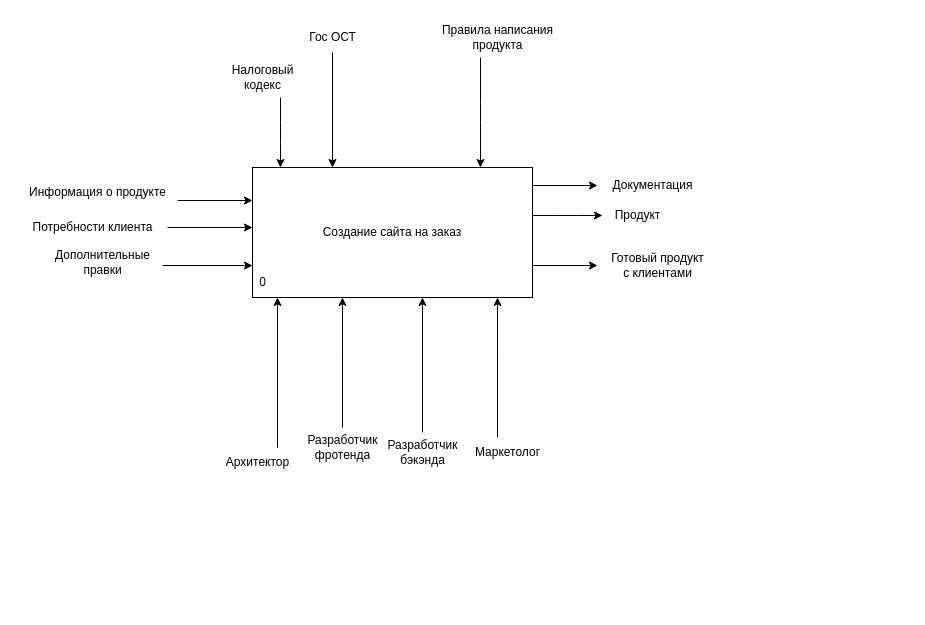
Above: page "1" (1 of 5) of lab2/lab.drawio in MBHuman/7semURAIS (draw.io), before the change. Source tidied: cells renumbered, new cells numbered last; positions are measured from the earlier drawing's top-left corner, leaving out a move shared by most shapes. Both pictures are drawn from the tidied source at 100%, with x=0, y=0 at pixel (17, 17).
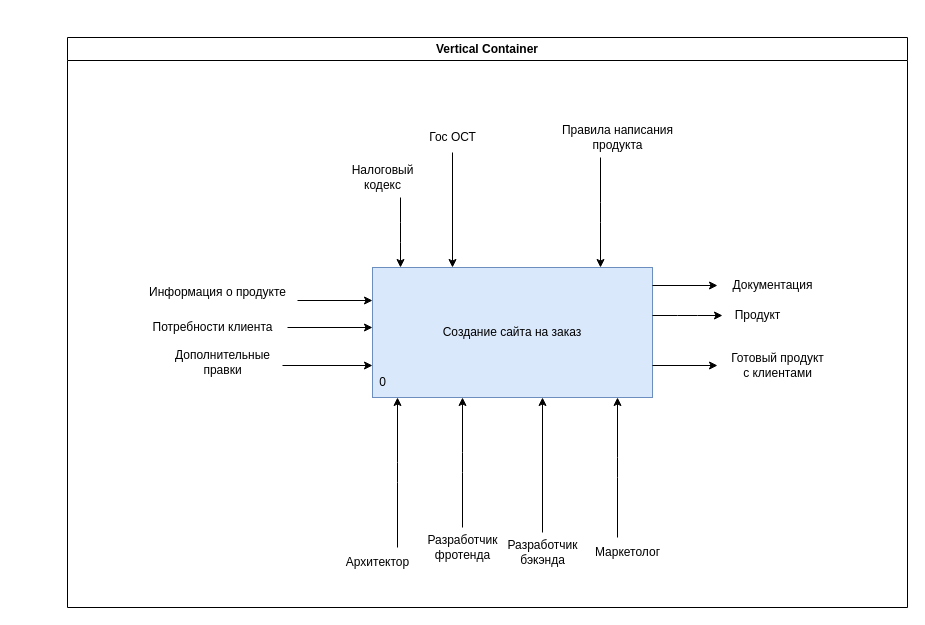
The same diagram, later.

Diff of the diagram source:
```diff
@@
-    <mxCell id="2" style="edgeStyle=elbowEdgeStyle;html=1;elbow=vertical;" parent="1" edge="1" source="5" target="27">
-      <mxGeometry relative="1" as="geometry" />
-    </mxCell>
-    <mxCell id="3" style="edgeStyle=elbowEdgeStyle;html=1;elbow=vertical;" parent="1" edge="1" source="5" target="26">
-      <mxGeometry relative="1" as="geometry" />
-    </mxCell>
-    <mxCell id="4" style="edgeStyle=elbowEdgeStyle;html=1;elbow=vertical;" parent="1" edge="1" source="5" target="28">
-      <mxGeometry relative="1" as="geometry" />
-    </mxCell>
+    <mxCell id="30" value="Vertical Container" style="swimlane;whiteSpace=wrap;html=1;swimlaneFillColor=default;" parent="1" vertex="1">
+      <mxGeometry x="50" y="20" width="840" height="570" as="geometry" />
+    </mxCell>
-    <mxCell id="5" value="Создание сайта на заказ" style="rounded=0;whiteSpace=wrap;html=1;" parent="1" vertex="1">
-      <mxGeometry x="235" y="150" width="280" height="130" as="geometry" />
+    <mxCell id="5" value="Создание сайта на заказ" style="rounded=0;whiteSpace=wrap;html=1;fillColor=#dae8fc;strokeColor=#6c8ebf;" parent="30" vertex="1">
+      <mxGeometry x="305" y="230" width="280" height="130" as="geometry" />
     </mxCell>
-    <mxCell id="6" style="edgeStyle=elbowEdgeStyle;html=1;" parent="1" edge="1" source="7" target="5">
+    <mxCell id="6" style="edgeStyle=elbowEdgeStyle;html=1;" parent="30" edge="1" source="7" target="5">
       <mxGeometry relative="1" as="geometry" />
     </mxCell>
-    <mxCell id="7" value="Архитектор" style="text;html=1;align=center;verticalAlign=middle;points=[];strokeColor=none;fillColor=none;" parent="1" vertex="1">
-      <mxGeometry x="195" y="430" width="90" height="30" as="geometry" />
+    <mxCell id="7" value="Архитектор" style="text;html=1;align=center;verticalAlign=middle;points=[];strokeColor=none;fillColor=none;" parent="30" vertex="1">
+      <mxGeometry x="265" y="510" width="90" height="30" as="geometry" />
     </mxCell>
-    <mxCell id="8" style="edgeStyle=elbowEdgeStyle;html=1;" parent="1" edge="1" source="9" target="5">
+    <mxCell id="8" style="edgeStyle=elbowEdgeStyle;html=1;" parent="30" edge="1" source="9" target="5">
       <mxGeometry relative="1" as="geometry" />
     </mxCell>
-    <mxCell id="9" value="Разработчик&lt;br&gt;фротенда" style="text;html=1;align=center;verticalAlign=middle;points=[];strokeColor=none;fillColor=none;" parent="1" vertex="1">
-      <mxGeometry x="275" y="410" width="100" height="40" as="geometry" />
+    <mxCell id="9" value="Разработчик&lt;br&gt;фротенда" style="text;html=1;align=center;verticalAlign=middle;points=[];strokeColor=none;fillColor=none;" parent="30" vertex="1">
+      <mxGeometry x="345" y="490" width="100" height="40" as="geometry" />
     </mxCell>
-    <mxCell id="10" style="edgeStyle=elbowEdgeStyle;html=1;" parent="1" edge="1" source="11" target="5">
+    <mxCell id="10" style="edgeStyle=elbowEdgeStyle;html=1;" parent="30" edge="1" source="11" target="5">
       <mxGeometry relative="1" as="geometry" />
     </mxCell>
-    <mxCell id="11" value="Разработчик &lt;br&gt;бэкэнда" style="text;html=1;align=center;verticalAlign=middle;points=[];strokeColor=none;fillColor=none;" parent="1" vertex="1">
-      <mxGeometry x="355" y="415" width="100" height="40" as="geometry" />
+    <mxCell id="11" value="Разработчик &lt;br&gt;бэкэнда" style="text;html=1;align=center;verticalAlign=middle;points=[];strokeColor=none;fillColor=none;" parent="30" vertex="1">
+      <mxGeometry x="425" y="495" width="100" height="40" as="geometry" />
     </mxCell>
-    <mxCell id="12" style="edgeStyle=elbowEdgeStyle;html=1;" parent="1" edge="1" source="13" target="5">
+    <mxCell id="12" style="edgeStyle=elbowEdgeStyle;html=1;" parent="30" edge="1" source="13" target="5">
       <mxGeometry relative="1" as="geometry" />
     </mxCell>
-    <mxCell id="13" value="Маркетолог" style="text;html=1;align=center;verticalAlign=middle;points=[];strokeColor=none;fillColor=none;" parent="1" vertex="1">
-      <mxGeometry x="445" y="420" width="90" height="30" as="geometry" />
+    <mxCell id="13" value="Маркетолог" style="text;html=1;align=center;verticalAlign=middle;points=[];strokeColor=none;fillColor=none;" parent="30" vertex="1">
+      <mxGeometry x="515" y="500" width="90" height="30" as="geometry" />
     </mxCell>
-    <mxCell id="14" style="edgeStyle=elbowEdgeStyle;html=1;entryX=0;entryY=0.25;entryDx=0;entryDy=0;elbow=vertical;" parent="1" edge="1" source="15" target="5">
+    <mxCell id="14" style="edgeStyle=elbowEdgeStyle;html=1;entryX=0;entryY=0.25;entryDx=0;entryDy=0;elbow=vertical;" parent="30" edge="1" source="15" target="5">
       <mxGeometry relative="1" as="geometry" />
     </mxCell>
-    <mxCell id="15" value="Информация о продукте" style="text;html=1;align=center;verticalAlign=middle;points=[];strokeColor=none;fillColor=none;" parent="1" vertex="1">
-      <mxGeometry y="160" width="160" height="30" as="geometry" />
+    <mxCell id="15" value="Информация о продукте" style="text;html=1;align=center;verticalAlign=middle;points=[];strokeColor=none;fillColor=none;" parent="30" vertex="1">
+      <mxGeometry x="70" y="240" width="160" height="30" as="geometry" />
     </mxCell>
-    <mxCell id="16" style="edgeStyle=elbowEdgeStyle;html=1;elbow=vertical;" parent="1" edge="1" source="17" target="5">
+    <mxCell id="16" style="edgeStyle=elbowEdgeStyle;html=1;elbow=vertical;" parent="30" edge="1" source="17" target="5">
       <mxGeometry relative="1" as="geometry" />
     </mxCell>
-    <mxCell id="17" value="Потребности клиента" style="text;html=1;align=center;verticalAlign=middle;points=[];strokeColor=none;fillColor=none;" parent="1" vertex="1">
-      <mxGeometry y="195" width="150" height="30" as="geometry" />
+    <mxCell id="17" value="Потребности клиента" style="text;html=1;align=center;verticalAlign=middle;points=[];strokeColor=none;fillColor=none;" parent="30" vertex="1">
+      <mxGeometry x="70" y="275" width="150" height="30" as="geometry" />
     </mxCell>
-    <mxCell id="18" style="edgeStyle=elbowEdgeStyle;html=1;entryX=0;entryY=0.75;entryDx=0;entryDy=0;elbow=vertical;" parent="1" edge="1" source="19" target="5">
+    <mxCell id="18" style="edgeStyle=elbowEdgeStyle;html=1;entryX=0;entryY=0.75;entryDx=0;entryDy=0;elbow=vertical;" parent="30" edge="1" source="19" target="5">
       <mxGeometry relative="1" as="geometry" />
     </mxCell>
-    <mxCell id="19" value="Дополнительные&lt;br&gt;правки" style="text;html=1;align=center;verticalAlign=middle;points=[];strokeColor=none;fillColor=none;" parent="1" vertex="1">
-      <mxGeometry x="25" y="225" width="120" height="40" as="geometry" />
+    <mxCell id="19" value="Дополнительные&lt;br&gt;правки" style="text;html=1;align=center;verticalAlign=middle;points=[];strokeColor=none;fillColor=none;" parent="30" vertex="1">
+      <mxGeometry x="95" y="305" width="120" height="40" as="geometry" />
     </mxCell>
-    <mxCell id="20" style="edgeStyle=elbowEdgeStyle;html=1;" parent="1" edge="1" source="21" target="5">
+    <mxCell id="20" style="edgeStyle=elbowEdgeStyle;html=1;" parent="30" edge="1" source="21" target="5">
       <mxGeometry relative="1" as="geometry" />
     </mxCell>
-    <mxCell id="21" value="Налоговый &lt;br&gt;кодекс" style="text;html=1;align=center;verticalAlign=middle;points=[];strokeColor=none;fillColor=none;" parent="1" vertex="1">
-      <mxGeometry x="200" y="40" width="90" height="40" as="geometry" />
+    <mxCell id="21" value="Налоговый &lt;br&gt;кодекс" style="text;html=1;align=center;verticalAlign=middle;points=[];strokeColor=none;fillColor=none;" parent="30" vertex="1">
+      <mxGeometry x="270" y="120" width="90" height="40" as="geometry" />
     </mxCell>
-    <mxCell id="22" style="edgeStyle=elbowEdgeStyle;html=1;" parent="1" edge="1" source="23" target="5">
+    <mxCell id="22" style="edgeStyle=elbowEdgeStyle;html=1;" parent="30" edge="1" source="23" target="5">
       <mxGeometry relative="1" as="geometry" />
     </mxCell>
-    <mxCell id="23" value="Гос ОСТ" style="text;html=1;align=center;verticalAlign=middle;points=[];strokeColor=none;fillColor=none;" parent="1" vertex="1">
-      <mxGeometry x="280" y="5" width="70" height="30" as="geometry" />
+    <mxCell id="23" value="Гос ОСТ" style="text;html=1;align=center;verticalAlign=middle;points=[];strokeColor=none;fillColor=none;" parent="30" vertex="1">
+      <mxGeometry x="350" y="85" width="70" height="30" as="geometry" />
     </mxCell>
-    <mxCell id="24" style="edgeStyle=elbowEdgeStyle;html=1;" parent="1" edge="1" source="25" target="5">
+    <mxCell id="24" style="edgeStyle=elbowEdgeStyle;html=1;" parent="30" edge="1" source="25" target="5">
       <mxGeometry relative="1" as="geometry" />
     </mxCell>
-    <mxCell id="25" value="Правила написания&lt;br&gt;продукта" style="text;html=1;align=center;verticalAlign=middle;points=[];strokeColor=none;fillColor=none;" parent="1" vertex="1">
-      <mxGeometry x="410" width="140" height="40" as="geometry" />
+    <mxCell id="25" value="Правила написания&lt;br&gt;продукта" style="text;html=1;align=center;verticalAlign=middle;points=[];strokeColor=none;fillColor=none;" parent="30" vertex="1">
+      <mxGeometry x="480" y="80" width="140" height="40" as="geometry" />
     </mxCell>
-    <mxCell id="26" value="Продукт" style="text;html=1;align=center;verticalAlign=middle;points=[];strokeColor=none;fillColor=none;" parent="1" vertex="1">
-      <mxGeometry x="585" y="182.5" width="70" height="30" as="geometry" />
+    <mxCell id="26" value="Продукт" style="text;html=1;align=center;verticalAlign=middle;points=[];strokeColor=none;fillColor=none;" parent="30" vertex="1">
+      <mxGeometry x="655" y="262.5" width="70" height="30" as="geometry" />
     </mxCell>
+    <mxCell id="3" style="edgeStyle=elbowEdgeStyle;html=1;elbow=vertical;" parent="30" edge="1" source="5" target="26">
+      <mxGeometry relative="1" as="geometry" />
+    </mxCell>
-    <mxCell id="27" value="Документация" style="text;html=1;align=center;verticalAlign=middle;points=[];strokeColor=none;fillColor=none;" parent="1" vertex="1">
-      <mxGeometry x="580" y="152.5" width="110" height="30" as="geometry" />
+    <mxCell id="27" value="Документация" style="text;html=1;align=center;verticalAlign=middle;points=[];strokeColor=none;fillColor=none;" parent="30" vertex="1">
+      <mxGeometry x="650" y="232.5" width="110" height="30" as="geometry" />
     </mxCell>
+    <mxCell id="2" style="edgeStyle=elbowEdgeStyle;html=1;elbow=vertical;" parent="30" edge="1" source="5" target="27">
+      <mxGeometry relative="1" as="geometry" />
+    </mxCell>
-    <mxCell id="28" value="Готовый продукт&lt;br&gt;с клиентами" style="text;html=1;align=center;verticalAlign=middle;points=[];strokeColor=none;fillColor=none;" parent="1" vertex="1">
-      <mxGeometry x="580" y="227.5" width="120" height="40" as="geometry" />
+    <mxCell id="28" value="Готовый продукт&lt;br&gt;с клиентами" style="text;html=1;align=center;verticalAlign=middle;points=[];strokeColor=none;fillColor=none;" parent="30" vertex="1">
+      <mxGeometry x="650" y="307.5" width="120" height="40" as="geometry" />
     </mxCell>
+    <mxCell id="4" style="edgeStyle=elbowEdgeStyle;html=1;elbow=vertical;" parent="30" edge="1" source="5" target="28">
+      <mxGeometry relative="1" as="geometry" />
+    </mxCell>
-    <mxCell id="29" value="0" style="text;html=1;align=center;verticalAlign=middle;strokeColor=none;fillColor=none;" parent="1" vertex="1">
-      <mxGeometry x="230" y="250" width="30" height="30" as="geometry" />
+    <mxCell id="29" value="0" style="text;html=1;align=center;verticalAlign=middle;strokeColor=none;fillColor=none;" parent="30" vertex="1">
+      <mxGeometry x="300" y="330" width="30" height="30" as="geometry" />
     </mxCell>
```
